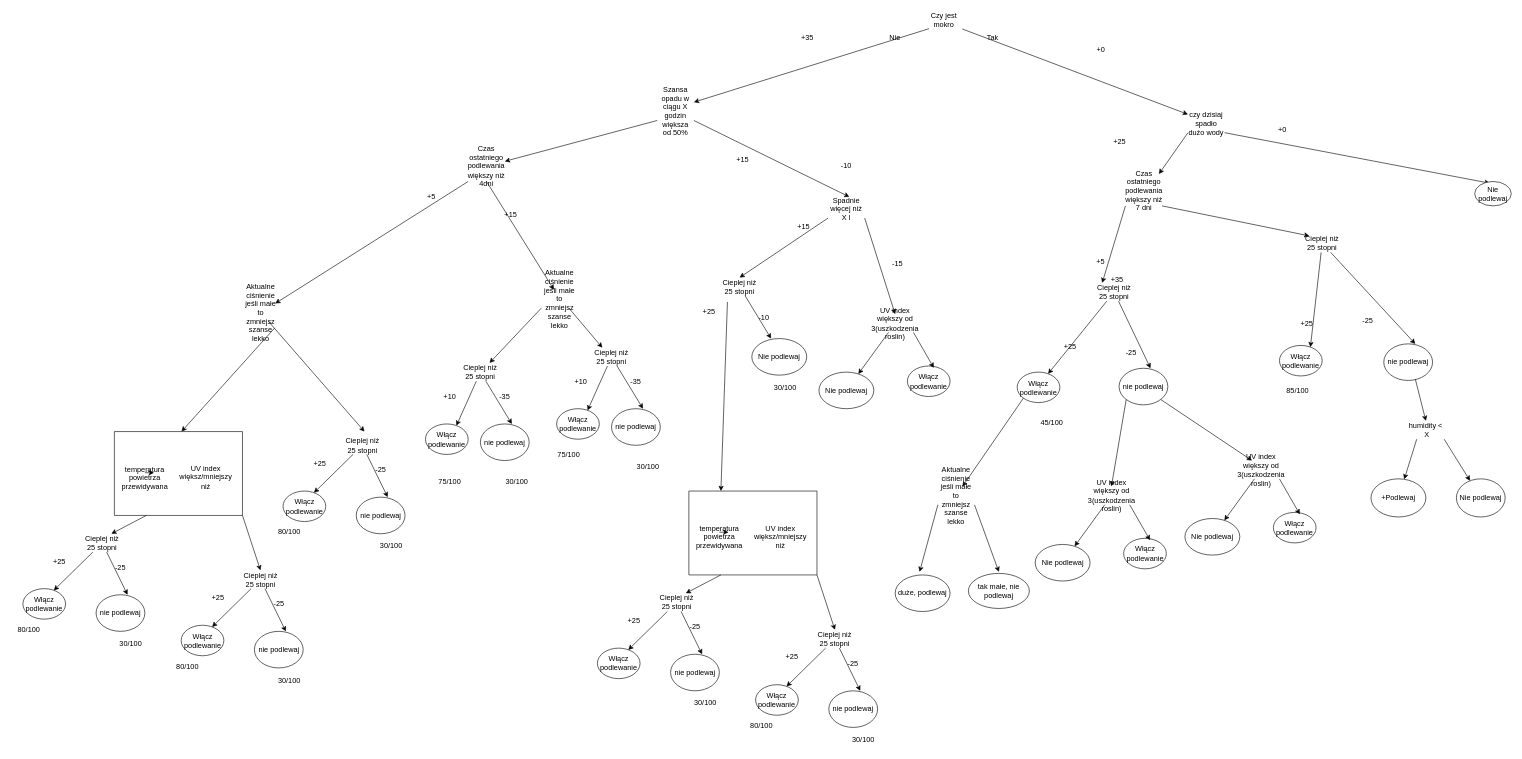
The draw.io diagram page "Diagram" (5 of 5) of conditional-probability.drawio in damiantomczyszyn/Irrigation-System, before the edit. Source tidied: cells renumbered, new cells numbered last; positions are measured from the earlier drawing's top-left corner, leaving out a move shared by most shapes. Both pictures are drawn from the tidied source at 61%, with x=0, y=0 at pixel (10, 10).
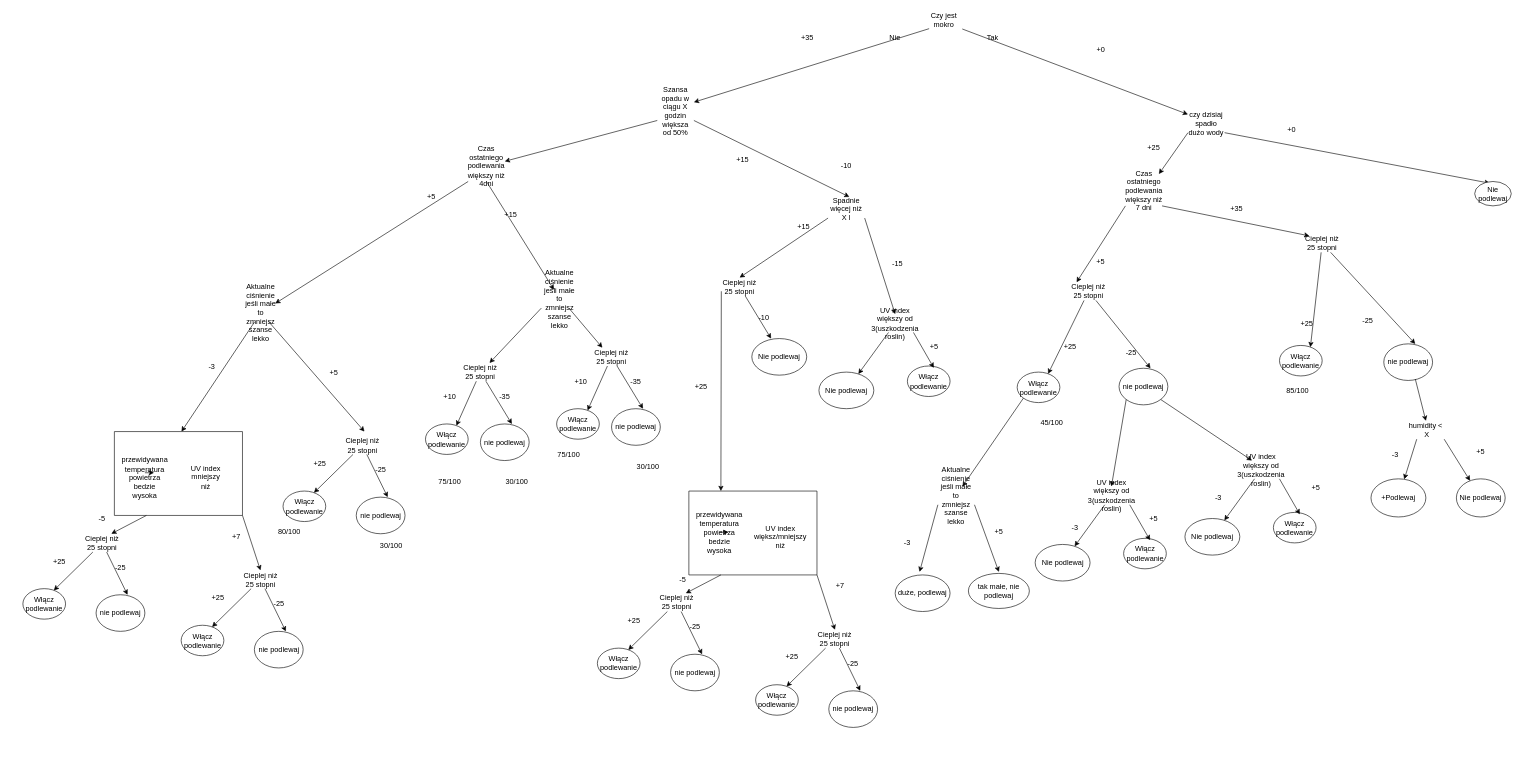
After the change.

Commit message:
example diagram values without sum

Unchanged cells that the change refers to:
```xml
<mxCell id="31" value="Cieplej niż 25 stopni" style="text;html=1;strokeColor=none;fillColor=none;align=center;verticalAlign=middle;whiteSpace=wrap;rounded=0;" parent="1" vertex="1">
  <mxGeometry x="1165" y="437.5" width="60" height="30" as="geometry" />
</mxCell>
<mxCell id="95" value="Aktualne ciśnienie jeśli małe to zmniejsz szanse lekko" style="text;html=1;strokeColor=none;fillColor=none;align=center;verticalAlign=middle;whiteSpace=wrap;rounded=0;" parent="1" vertex="1">
  <mxGeometry x="380" y="480" width="60" height="30" as="geometry" />
</mxCell>
<mxCell id="152" style="swimlane;startSize=0;" parent="1" vertex="1">
  <mxGeometry x="1111.8" y="787.5" width="210" height="137.5" as="geometry" />
</mxCell>
```

Diff of the diagram source:
```diff
@@
     <mxCell id="27" value="+0" style="text;html=1;strokeColor=none;fillColor=none;align=center;verticalAlign=middle;whiteSpace=wrap;rounded=0;" parent="1" vertex="1">
-      <mxGeometry x="2055" y="180" width="60" height="30" as="geometry" />
+      <mxGeometry x="2070" y="180" width="60" height="30" as="geometry" />
     </mxCell>
     <mxCell id="28" value="+25" style="text;html=1;strokeColor=none;fillColor=none;align=center;verticalAlign=middle;whiteSpace=wrap;rounded=0;" parent="1" vertex="1">
-      <mxGeometry x="1787.5" y="200" width="60" height="30" as="geometry" />
+      <mxGeometry x="1844" y="210" width="60" height="30" as="geometry" />
     </mxCell>
     <mxCell id="29" value="+35" style="text;html=1;strokeColor=none;fillColor=none;align=center;verticalAlign=middle;whiteSpace=wrap;rounded=0;" parent="1" vertex="1">
-      <mxGeometry x="1784" y="426.2" width="60" height="30" as="geometry" />
+      <mxGeometry x="1980" y="310" width="60" height="30" as="geometry" />
     </mxCell>
@@
     <mxCell id="33" value="+25" style="text;html=1;strokeColor=none;fillColor=none;align=center;verticalAlign=middle;whiteSpace=wrap;rounded=0;" parent="1" vertex="1">
-      <mxGeometry x="1115" y="477.5" width="60" height="30" as="geometry" />
+      <mxGeometry x="1101.8" y="601.2" width="60" height="30" as="geometry" />
     </mxCell>
@@
     <mxCell id="35" value="Cieplej niż 25 stopni" style="text;html=1;strokeColor=none;fillColor=none;align=center;verticalAlign=middle;whiteSpace=wrap;rounded=0;" parent="1" vertex="1">
-      <mxGeometry x="1779" y="446.2" width="60" height="30" as="geometry" />
+      <mxGeometry x="1737" y="445" width="60" height="30" as="geometry" />
     </mxCell>
@@
-    <mxCell id="64" value="30/100" style="text;html=1;strokeColor=none;fillColor=none;align=center;verticalAlign=middle;whiteSpace=wrap;rounded=0;" parent="1" vertex="1">
-      <mxGeometry x="1240" y="602.5" width="60" height="30" as="geometry" />
-    </mxCell>
@@
-    <mxCell id="67" value="UV index większ/mniejszy niż" style="text;html=1;strokeColor=none;fillColor=none;align=center;verticalAlign=middle;whiteSpace=wrap;rounded=0;" parent="1" vertex="1">
+    <mxCell id="67" value="UV index mniejszy niż" style="text;html=1;strokeColor=none;fillColor=none;align=center;verticalAlign=middle;whiteSpace=wrap;rounded=0;" parent="1" vertex="1">
       <mxGeometry x="290" y="750" width="60" height="30" as="geometry" />
     </mxCell>
@@
-    <mxCell id="69" value="&lt;div&gt;temperatura powietrza przewidywana&lt;/div&gt;&lt;div&gt;&lt;br&gt;&lt;/div&gt;" style="text;html=1;strokeColor=none;fillColor=none;align=center;verticalAlign=middle;whiteSpace=wrap;rounded=0;" parent="1" vertex="1">
+    <mxCell id="69" value="przewidywana temperatura powietrza bedzie wysoka&lt;br&gt;&lt;div&gt;&lt;br&gt;&lt;/div&gt;" style="text;html=1;strokeColor=none;fillColor=none;align=center;verticalAlign=middle;whiteSpace=wrap;rounded=0;" parent="1" vertex="1">
       <mxGeometry x="190" y="757.5" width="60" height="30" as="geometry" />
     </mxCell>
@@
-    <mxCell id="93" value="80/100" style="text;html=1;strokeColor=none;fillColor=none;align=center;verticalAlign=middle;whiteSpace=wrap;rounded=0;" parent="1" vertex="1">
-      <mxGeometry y="1000" width="60" height="30" as="geometry" />
-    </mxCell>
-    <mxCell id="94" value="30/100" style="text;html=1;strokeColor=none;fillColor=none;align=center;verticalAlign=middle;whiteSpace=wrap;rounded=0;" parent="1" vertex="1">
-      <mxGeometry x="167" y="1022.5" width="60" height="30" as="geometry" />
-    </mxCell>
@@
-    <mxCell id="97" style="endArrow=classic;html=1;rounded=0;" parent="1" edge="1">
+    <mxCell id="97" style="endArrow=classic;html=1;rounded=0;" parent="1" edge="1" source="95">
       <mxGeometry relative="1" as="geometry">
-        <mxPoint x="433" y="520" as="sourcePoint" />
         <mxPoint x="280" y="690" as="targetPoint" />
       </mxGeometry>
     </mxCell>
@@
-    <mxCell id="115" value="80/100" style="text;html=1;strokeColor=none;fillColor=none;align=center;verticalAlign=middle;whiteSpace=wrap;rounded=0;" parent="1" vertex="1">
-      <mxGeometry x="259.5" y="1060" width="60" height="30" as="geometry" />
-    </mxCell>
-    <mxCell id="116" value="30/100" style="text;html=1;strokeColor=none;fillColor=none;align=center;verticalAlign=middle;whiteSpace=wrap;rounded=0;" parent="1" vertex="1">
-      <mxGeometry x="426.5" y="1082.5" width="60" height="30" as="geometry" />
-    </mxCell>
@@
-    <mxCell id="142" value="&lt;div&gt;temperatura powietrza przewidywana&lt;/div&gt;&lt;div&gt;&lt;br&gt;&lt;/div&gt;" style="text;html=1;strokeColor=none;fillColor=none;align=center;verticalAlign=middle;whiteSpace=wrap;rounded=0;" parent="1" vertex="1">
+    <mxCell id="142" value="przewidywana temperatura powietrza bedzie wysoka&lt;br&gt;&lt;div&gt;&lt;br&gt;&lt;br&gt;&lt;/div&gt;" style="text;html=1;strokeColor=none;fillColor=none;align=center;verticalAlign=middle;whiteSpace=wrap;rounded=0;" parent="1" vertex="1">
       <mxGeometry x="1131.8" y="855" width="60" height="30" as="geometry" />
     </mxCell>
@@
-    <mxCell id="151" value="30/100" style="text;html=1;strokeColor=none;fillColor=none;align=center;verticalAlign=middle;whiteSpace=wrap;rounded=0;" parent="1" vertex="1">
-      <mxGeometry x="1108.8" y="1120" width="60" height="30" as="geometry" />
-    </mxCell>
@@
-    <mxCell id="160" value="80/100" style="text;html=1;strokeColor=none;fillColor=none;align=center;verticalAlign=middle;whiteSpace=wrap;rounded=0;" parent="1" vertex="1">
-      <mxGeometry x="1201.2" y="1157.5" width="60" height="30" as="geometry" />
-    </mxCell>
-    <mxCell id="161" value="30/100" style="text;html=1;strokeColor=none;fillColor=none;align=center;verticalAlign=middle;whiteSpace=wrap;rounded=0;" parent="1" vertex="1">
-      <mxGeometry x="1368.2" y="1180" width="60" height="30" as="geometry" />
-    </mxCell>
@@
-    <mxCell id="164" style="endArrow=classic;html=1;rounded=0;entryX=0.25;entryY=0;entryDx=0;entryDy=0;exitX=1;exitY=0;exitDx=0;exitDy=0;" parent="1" edge="1" source="33" target="152">
+    <mxCell id="164" style="endArrow=classic;html=1;rounded=0;entryX=0.25;entryY=0;entryDx=0;entryDy=0;exitX=0;exitY=0.75;exitDx=0;exitDy=0;" parent="1" edge="1" source="31" target="152">
       <mxGeometry relative="1" as="geometry" />
     </mxCell>
@@
+    <mxCell id="167" value="+5" style="text;html=1;strokeColor=none;fillColor=none;align=center;verticalAlign=middle;whiteSpace=wrap;rounded=0;" parent="1" vertex="1">
+      <mxGeometry x="2380" y="707.5" width="60" height="30" as="geometry" />
+    </mxCell>
+    <mxCell id="168" value="+5" style="text;html=1;strokeColor=none;fillColor=none;align=center;verticalAlign=middle;whiteSpace=wrap;rounded=0;" parent="1" vertex="1">
+      <mxGeometry x="1844" y="817.5" width="60" height="30" as="geometry" />
+    </mxCell>
+    <mxCell id="169" value="+5" style="text;html=1;strokeColor=none;fillColor=none;align=center;verticalAlign=middle;whiteSpace=wrap;rounded=0;" parent="1" vertex="1">
+      <mxGeometry x="2110" y="767.5" width="60" height="30" as="geometry" />
+    </mxCell>
+    <mxCell id="170" value="+5" style="text;html=1;strokeColor=none;fillColor=none;align=center;verticalAlign=middle;whiteSpace=wrap;rounded=0;" parent="1" vertex="1">
+      <mxGeometry x="1590" y="840" width="60" height="30" as="geometry" />
+    </mxCell>
+    <mxCell id="171" value="+5" style="text;html=1;strokeColor=none;fillColor=none;align=center;verticalAlign=middle;whiteSpace=wrap;rounded=0;" parent="1" vertex="1">
+      <mxGeometry x="1484" y="536.2" width="60" height="30" as="geometry" />
+    </mxCell>
+    <mxCell id="172" value="+7" style="text;html=1;strokeColor=none;fillColor=none;align=center;verticalAlign=middle;whiteSpace=wrap;rounded=0;" parent="1" vertex="1">
+      <mxGeometry x="1330" y="927.5" width="60" height="30" as="geometry" />
+    </mxCell>
+    <mxCell id="173" value="+7" style="text;html=1;strokeColor=none;fillColor=none;align=center;verticalAlign=middle;whiteSpace=wrap;rounded=0;" parent="1" vertex="1">
+      <mxGeometry x="340" y="847.5" width="60" height="30" as="geometry" />
+    </mxCell>
+    <mxCell id="174" value="-3" style="text;html=1;strokeColor=none;fillColor=none;align=center;verticalAlign=middle;whiteSpace=wrap;rounded=0;" parent="1" vertex="1">
+      <mxGeometry x="1440" y="857.5" width="60" height="30" as="geometry" />
+    </mxCell>
+    <mxCell id="175" value="-3" style="text;html=1;strokeColor=none;fillColor=none;align=center;verticalAlign=middle;whiteSpace=wrap;rounded=0;" parent="1" vertex="1">
+      <mxGeometry x="1714.5" y="832.5" width="60" height="30" as="geometry" />
+    </mxCell>
+    <mxCell id="176" value="-3" style="text;html=1;strokeColor=none;fillColor=none;align=center;verticalAlign=middle;whiteSpace=wrap;rounded=0;" parent="1" vertex="1">
+      <mxGeometry x="1950" y="783.8" width="60" height="30" as="geometry" />
+    </mxCell>
+    <mxCell id="177" value="-3" style="text;html=1;strokeColor=none;fillColor=none;align=center;verticalAlign=middle;whiteSpace=wrap;rounded=0;" parent="1" vertex="1">
+      <mxGeometry x="2240" y="712.5" width="60" height="30" as="geometry" />
+    </mxCell>
+    <mxCell id="178" value="-5" style="text;html=1;strokeColor=none;fillColor=none;align=center;verticalAlign=middle;whiteSpace=wrap;rounded=0;" parent="1" vertex="1">
+      <mxGeometry x="1071.8" y="917.5" width="60" height="30" as="geometry" />
+    </mxCell>
+    <mxCell id="179" value="-5" style="text;html=1;strokeColor=none;fillColor=none;align=center;verticalAlign=middle;whiteSpace=wrap;rounded=0;" parent="1" vertex="1">
+      <mxGeometry x="120" y="817.5" width="60" height="30" as="geometry" />
+    </mxCell>
+    <mxCell id="180" value="-3" style="text;html=1;strokeColor=none;fillColor=none;align=center;verticalAlign=middle;whiteSpace=wrap;rounded=0;" parent="1" vertex="1">
+      <mxGeometry x="300" y="568.8" width="60" height="30" as="geometry" />
+    </mxCell>
+    <mxCell id="181" value="+5" style="text;html=1;strokeColor=none;fillColor=none;align=center;verticalAlign=middle;whiteSpace=wrap;rounded=0;" parent="1" vertex="1">
+      <mxGeometry x="500" y="577.5" width="60" height="30" as="geometry" />
+    </mxCell>
```
